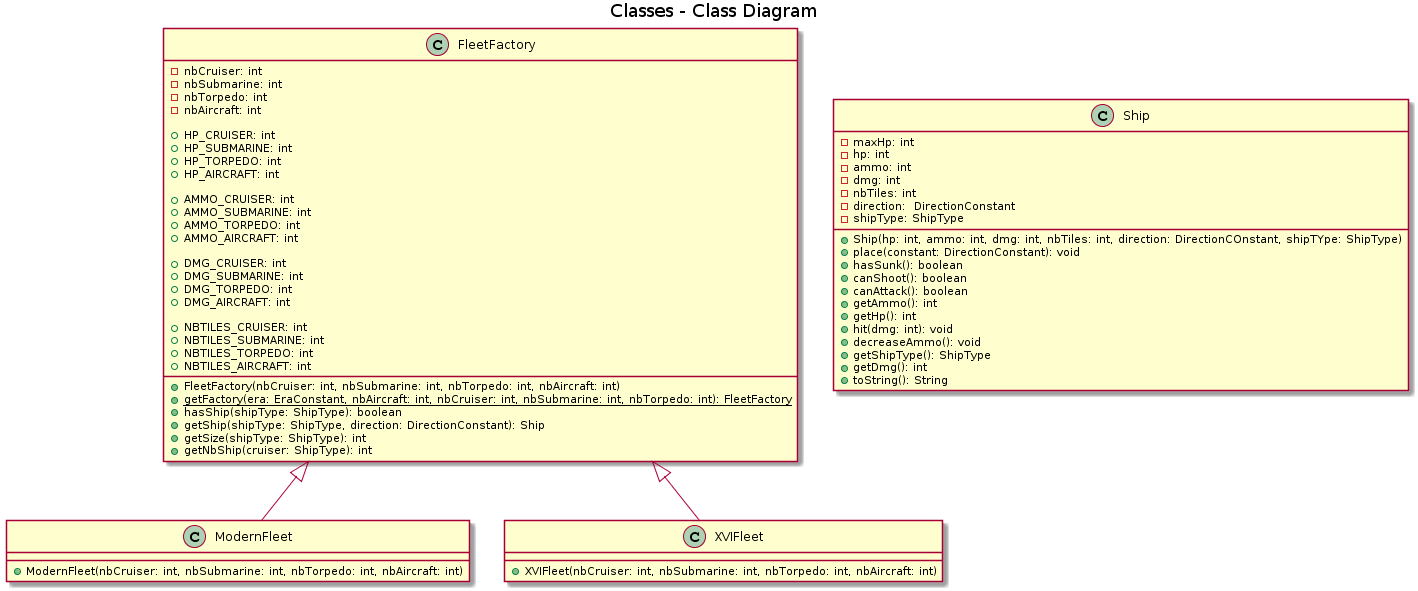
Reynault/ShipShop keeps this PlantUML diagram as doc/conception suite/image/class/bateau.png. Above is the earlier version. The source it was exported from:
```plantuml
@startuml
title Classes - Class Diagram


class FleetFactory {
    -nbCruiser: int
    -nbSubmarine: int
    -nbTorpedo: int
    -nbAircraft: int

    +HP_CRUISER: int
    +HP_SUBMARINE: int
    +HP_TORPEDO: int
    +HP_AIRCRAFT: int

    +AMMO_CRUISER: int
    +AMMO_SUBMARINE: int
    +AMMO_TORPEDO: int
    +AMMO_AIRCRAFT: int

    +DMG_CRUISER: int
    +DMG_SUBMARINE: int
    +DMG_TORPEDO: int
    +DMG_AIRCRAFT: int

    +NBTILES_CRUISER: int
    +NBTILES_SUBMARINE: int
    +NBTILES_TORPEDO: int
    +NBTILES_AIRCRAFT: int

    +FleetFactory(nbCruiser: int, nbSubmarine: int, nbTorpedo: int, nbAircraft: int)
    +{static} getFactory(era: EraConstant, nbAircraft: int, nbCruiser: int, nbSubmarine: int, nbTorpedo: int): FleetFactory
    +hasShip(shipType: ShipType): boolean
    +getShip(shipType: ShipType, direction: DirectionConstant): Ship
    +getSize(shipType: ShipType): int
    +getNbShip(cruiser: ShipType): int

}

class ModernFleet{
    +ModernFleet(nbCruiser: int, nbSubmarine: int, nbTorpedo: int, nbAircraft: int)
}

class XVIFleet{
    +XVIFleet(nbCruiser: int, nbSubmarine: int, nbTorpedo: int, nbAircraft: int)
}

class Ship{
    -maxHp: int
    -hp: int
    -ammo: int
    -dmg: int
    -nbTiles: int
    -direction:  DirectionConstant
    -shipType: ShipType

    +Ship(hp: int, ammo: int, dmg: int, nbTiles: int, direction: DirectionCOnstant, shipTYpe: ShipType)
    +place(constant: DirectionConstant): void
    +hasSunk(): boolean
    +canShoot(): boolean
    +canAttack(): boolean
    +getAmmo(): int
    +getHp(): int
    +hit(dmg: int): void
    +decreaseAmmo(): void
    +getShipType(): ShipType
    +getDmg(): int
    +toString(): String
}

FleetFactory ^-- ModernFleet
FleetFactory ^-- XVIFleet
@enduml
```
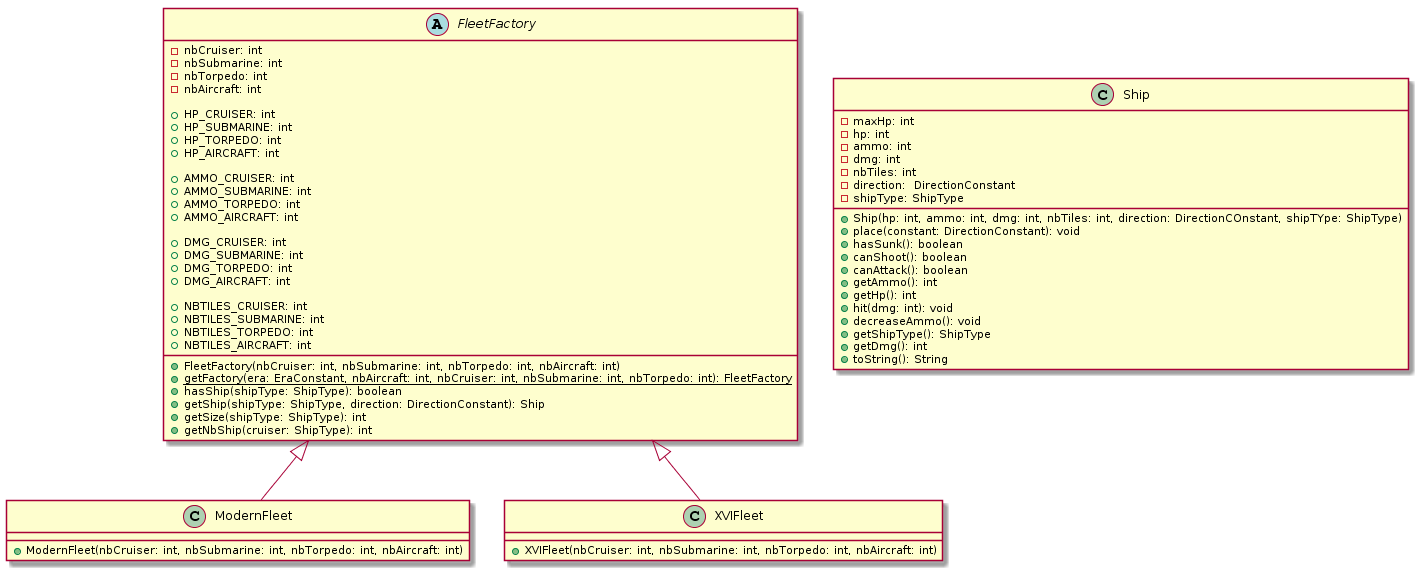
After the change.

Commit message:
Maj diagramme de classe "global" (en cours)

Diff of the diagram source:
```diff
@@ -1,8 +1,5 @@
 @startuml
-title Classes - Class Diagram
-
-
-class FleetFactory {
+abstract class FleetFactory {
     -nbCruiser: int
     -nbSubmarine: int
     -nbTorpedo: int
```
